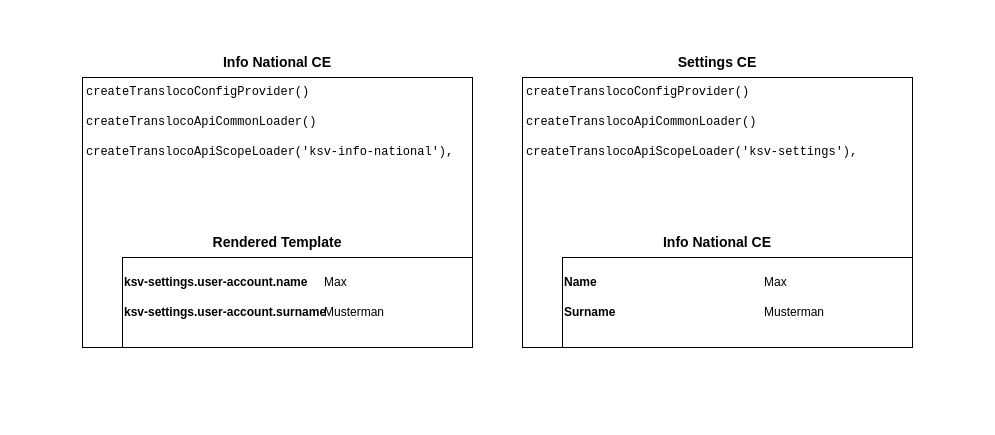
Above: transloco-scope.drawio in mathudak/diagrams (draw.io), before the change. Source tidied: cells renumbered, new cells numbered last; positions are measured from the earlier drawing's top-left corner, leaving out a move shared by most shapes. Both pictures are drawn from the tidied source at 100%, with x=0, y=0 at pixel (82, 47).
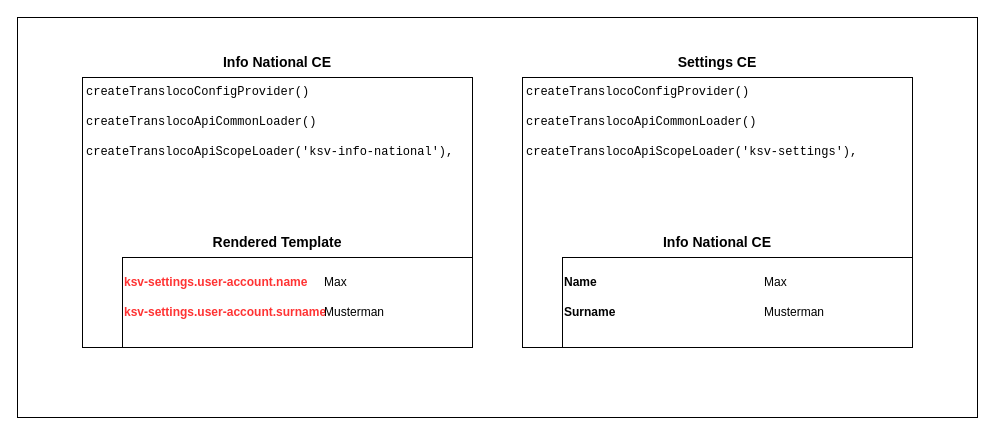
After the change.

What changed in the source:
```diff
@@
+    <mxCell id="24" style="whiteSpace=wrap;html=1;" parent="1" vertex="1">
+      <mxGeometry x="-65" y="-30" width="960" height="400" as="geometry" />
+    </mxCell>
@@
-    <mxCell id="13" value="&lt;b&gt;ksv-settings.user-account.name&lt;/b&gt;" style="text;html=1;whiteSpace=wrap;strokeColor=none;fillColor=none;align=left;verticalAlign=middle;rounded=0;" parent="1" vertex="1">
+    <mxCell id="13" value="&lt;b&gt;ksv-settings.user-account.name&lt;/b&gt;" style="text;html=1;whiteSpace=wrap;strokeColor=none;fillColor=none;align=left;verticalAlign=middle;rounded=0;fontColor=#FF3333;" parent="1" vertex="1">
       <mxGeometry x="40" y="220" width="190" height="30" as="geometry" />
     </mxCell>
@@
-    <mxCell id="15" value="&lt;b&gt;ksv-settings.user-account.surname&lt;/b&gt;" style="text;html=1;whiteSpace=wrap;strokeColor=none;fillColor=none;align=left;verticalAlign=middle;rounded=0;" parent="1" vertex="1">
+    <mxCell id="15" value="&lt;b&gt;ksv-settings.user-account.surname&lt;/b&gt;" style="text;html=1;whiteSpace=wrap;strokeColor=none;fillColor=none;align=left;verticalAlign=middle;rounded=0;fontColor=#FF3333;" parent="1" vertex="1">
       <mxGeometry x="40" y="250" width="210" height="30" as="geometry" />
     </mxCell>
```
